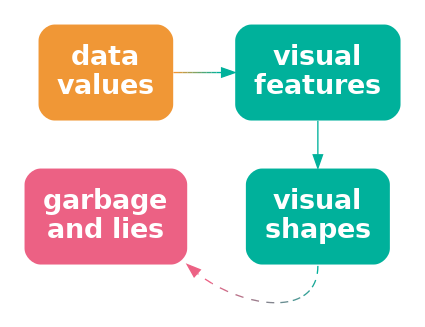
This is Diagrams/data-vis-shape-lie.png from pmur002/hdvw, a Graphviz export, as it was before one commit. Its source is kept beside it as Diagrams/data-vis-shape-lie.dot.
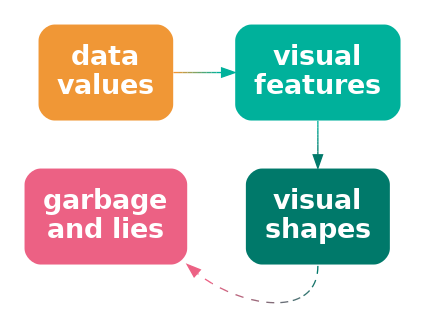
After the change.

The edit, as a diff of the source:
```diff
@@ -6,10 +6,10 @@
   vis [ label="visual\nfeatures"; shape=box;
      style="filled, rounded"; penwidth=0; fontcolor=white; fillcolor="#00B19B" ]
   shape [ label="visual\nshapes"; shape=box;
-       style="filled, rounded"; penwidth=0; fontcolor=white; fillcolor="#00B19B" ]
+       style="filled, rounded"; penwidth=0; fontcolor=white; fillcolor="#00796A" ]
   data -> vis [ color="#F09736;0.1:#D59A41;0.1:#BB9D4C;0.1:#A0A058;0.1:#85A363;0.1:#6BA56E;0.1:#50A879;0.1:#35AB85;0.1:#1BAE90;0.1:#00B19B;0.1" ]
-  vis -> shape [ color="#00B19B" ]
-  shape:s -> lie:se [ style="dashed", color="#00B19B;0.1:#1AA898;0.1:#349F96;0.1:#4F9693;0.1:#698D91;0.1:#83858E;0.1:#9D7C8C;0.1:#B87389;0.1:#D26A87;0.1:#EC6184;0.1" ]
+  vis -> shape [ color="#00B19B;0.1:#00AB96;0.1:#00A590;0.1:#009E8B;0.1:#009885;0.1:#009280;0.1:#008C7A;0.1:#008575;0.1:#007F6F;0.1:#00796A;0.1" ]
+  shape:s -> lie:se [ style="dashed", color="#00796A;0.1:#1A766D;0.1:#347470;0.1:#4F7173;0.1:#696E76;0.1:#836C78;0.1:#9D697B;0.1:#B8667E;0.1:#D26481;0.1:#EC6184;0.1" ]
 { rank=same; data, lie }
 { rank=same; vis, shape }
 }
```
